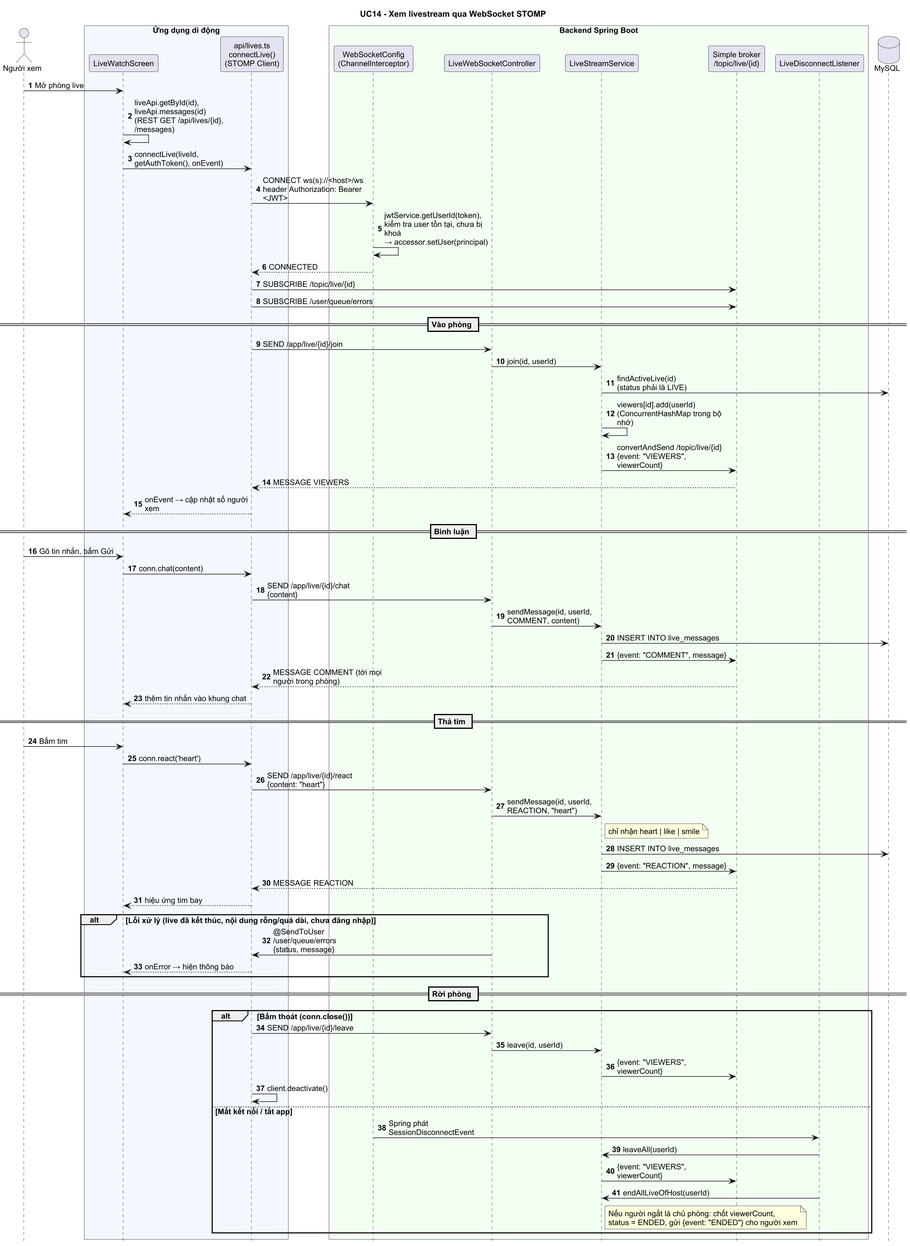
The PlantUML diagram docs/uml/seq_live.png in khanh2925/video-sharing-app, before a commit.
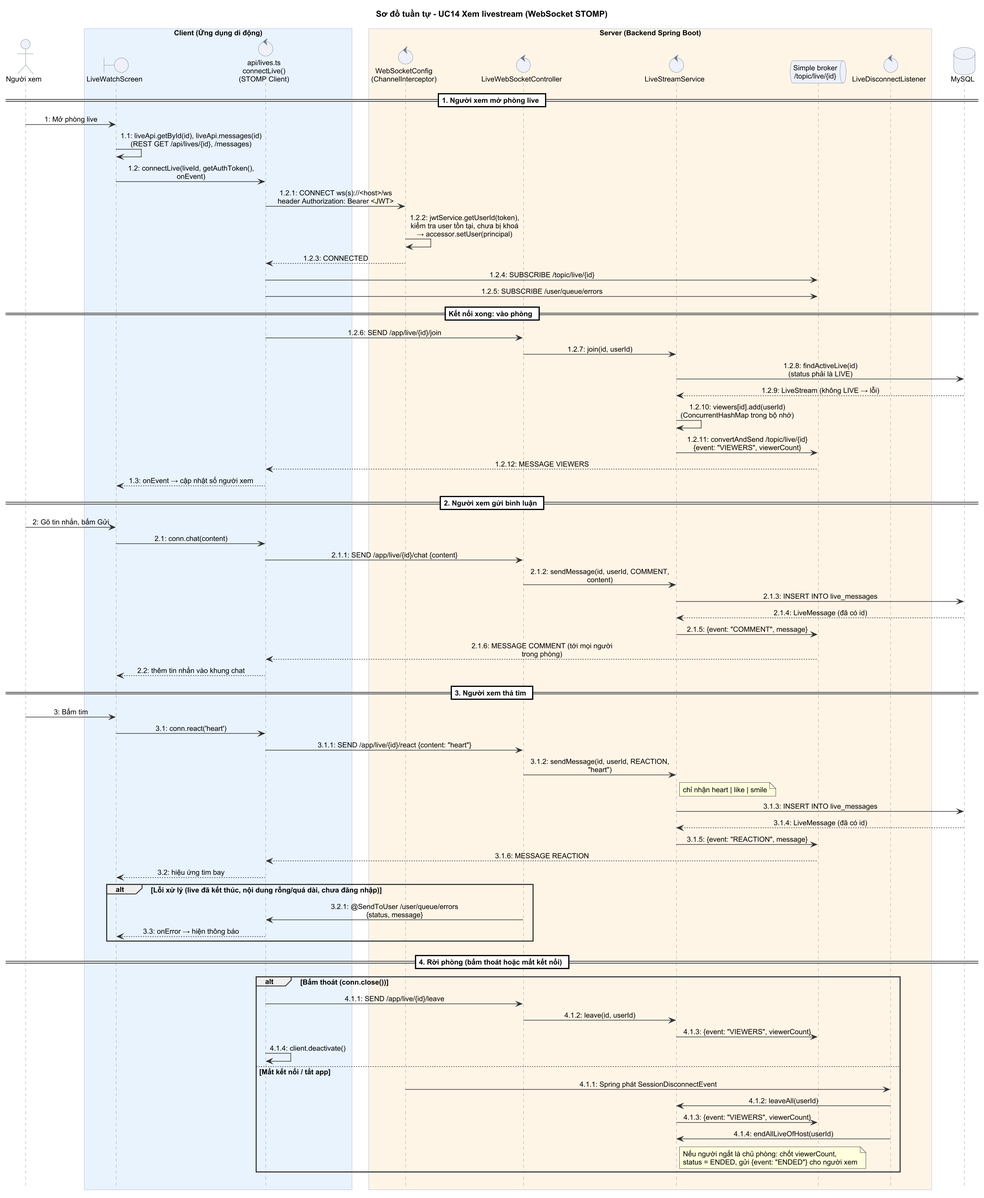
Later version of the same file.

Commit message:
Tài liệu: vẽ lại 5 sơ đồ tuần tự cùng một kiểu

Diff of the diagram source:
```diff
@@ -1,86 +1,111 @@
 @startuml seq_live
 skinparam defaultFontName Arial
-skinparam defaultFontSize 13
+skinparam defaultFontSize 12
 skinparam dpi 150
 skinparam shadowing false
-skinparam sequenceMessageAlign left
-skinparam responseMessageBelowArrow true
-skinparam ParticipantPadding 4
-skinparam BoxPadding 4
-skinparam maxMessageSize 190
+skinparam sequenceMessageAlign center
+skinparam responseMessageBelowArrow false
+skinparam maxMessageSize 260
+skinparam BoxPadding 8
+skinparam ArrowColor #333333
+skinparam sequence {
+  LifeLineBorderColor #8A8A8A
+  ParticipantBackgroundColor #EEF1F8
+  ParticipantBorderColor #6B7A90
+  ActorBackgroundColor #EEF1F8
+  ActorBorderColor #6B7A90
+  BoxBorderColor #9DB4CF
+  DividerBackgroundColor #FFFFFF
+  GroupBorderColor #333333
+}
+skinparam BoundaryBackgroundColor #EEF1F8
+skinparam BoundaryBorderColor #6B7A90
+skinparam ControlBackgroundColor #EEF1F8
+skinparam ControlBorderColor #6B7A90
+skinparam EntityBackgroundColor #EEF1F8
+skinparam EntityBorderColor #6B7A90
+skinparam DatabaseBackgroundColor #EEF1F8
+skinparam DatabaseBorderColor #6B7A90
+skinparam QueueBackgroundColor #EEF1F8
+skinparam QueueBorderColor #6B7A90
+skinparam CollectionsBackgroundColor #EEF1F8
+skinparam CollectionsBorderColor #6B7A90
 hide footbox
-autonumber
-title UC14 - Xem livestream qua WebSocket STOMP
+title Sơ đồ tuần tự - UC14 Xem livestream (WebSocket STOMP)
 
 actor "Người xem" as U
-box "Ứng dụng di động" #F3F8FF
-  participant "LiveWatchScreen" as LW
-  participant "api/lives.ts\nconnectLive()\n(STOMP Client)" as CL
+box "Client (Ứng dụng di động)" #E8F2FC
+  boundary "LiveWatchScreen" as LW
+  control "api/lives.ts\nconnectLive()\n(STOMP Client)" as CL
 end box
-box "Backend Spring Boot" #F4FFF4
-  participant "WebSocketConfig\n(ChannelInterceptor)" as WSC
-  participant "LiveWebSocketController" as CTRL
-  participant "LiveStreamService" as SVC
-  participant "Simple broker\n/topic/live/{id}" as BR
-  participant "LiveDisconnectListener" as DL
+box "Server (Backend Spring Boot)" #FFF5E6
+  control "WebSocketConfig\n(ChannelInterceptor)" as WSC
+  control "LiveWebSocketController" as CTRL
+  control "LiveStreamService" as SVC
+  queue "Simple broker\n/topic/live/{id}" as BR
+  control "LiveDisconnectListener" as DL
 end box
 database "MySQL" as DB
 
-U -> LW : Mở phòng live
-LW -> LW : liveApi.getById(id), liveApi.messages(id)\n(REST GET /api/lives/{id}, /messages)
-LW -> CL : connectLive(liveId, getAuthToken(), onEvent)
-CL -> WSC : CONNECT ws(s)://<host>/ws\nheader Authorization: Bearer <JWT>
-WSC -> WSC : jwtService.getUserId(token),\nkiểm tra user tồn tại, chưa bị khoá\n→ accessor.setUser(principal)
-WSC --> CL : CONNECTED
-CL -> BR : SUBSCRIBE /topic/live/{id}
-CL -> BR : SUBSCRIBE /user/queue/errors
+== 1. Người xem mở phòng live ==
+U -> LW : 1: Mở phòng live
+LW -> LW : 1.1: liveApi.getById(id), liveApi.messages(id)\n(REST GET /api/lives/{id}, /messages)
+LW -> CL : 1.2: connectLive(liveId, getAuthToken(), onEvent)
+CL -> WSC : 1.2.1: CONNECT ws(s)://<host>/ws\nheader Authorization: Bearer <JWT>
+WSC -> WSC : 1.2.2: jwtService.getUserId(token),\nkiểm tra user tồn tại, chưa bị khoá\n→ accessor.setUser(principal)
+WSC --> CL : 1.2.3: CONNECTED
+CL -> BR : 1.2.4: SUBSCRIBE /topic/live/{id}
+CL -> BR : 1.2.5: SUBSCRIBE /user/queue/errors
 
-== Vào phòng ==
-CL -> CTRL : SEND /app/live/{id}/join
-CTRL -> SVC : join(id, userId)
-SVC -> DB : findActiveLive(id)\n(status phải là LIVE)
-SVC -> SVC : viewers[id].add(userId)\n(ConcurrentHashMap trong bộ nhớ)
-SVC -> BR : convertAndSend /topic/live/{id}\n{event: "VIEWERS", viewerCount}
-BR --> CL : MESSAGE VIEWERS
-CL --> LW : onEvent → cập nhật số người xem
+== Kết nối xong: vào phòng ==
+CL -> CTRL : 1.2.6: SEND /app/live/{id}/join
+CTRL -> SVC : 1.2.7: join(id, userId)
+SVC -> DB : 1.2.8: findActiveLive(id)\n(status phải là LIVE)
+DB --> SVC : 1.2.9: LiveStream (không LIVE → lỗi)
+SVC -> SVC : 1.2.10: viewers[id].add(userId)\n(ConcurrentHashMap trong bộ nhớ)
+SVC -> BR : 1.2.11: convertAndSend /topic/live/{id}\n{event: "VIEWERS", viewerCount}
+BR --> CL : 1.2.12: MESSAGE VIEWERS
+CL --> LW : 1.3: onEvent → cập nhật số người xem
 
-== Bình luận ==
-U -> LW : Gõ tin nhắn, bấm Gửi
-LW -> CL : conn.chat(content)
-CL -> CTRL : SEND /app/live/{id}/chat {content}
-CTRL -> SVC : sendMessage(id, userId, COMMENT, content)
-SVC -> DB : INSERT INTO live_messages
-SVC -> BR : {event: "COMMENT", message}
-BR --> CL : MESSAGE COMMENT (tới mọi người trong phòng)
-CL --> LW : thêm tin nhắn vào khung chat
+== 2. Người xem gửi bình luận ==
+U -> LW : 2: Gõ tin nhắn, bấm Gửi
+LW -> CL : 2.1: conn.chat(content)
+CL -> CTRL : 2.1.1: SEND /app/live/{id}/chat {content}
+CTRL -> SVC : 2.1.2: sendMessage(id, userId, COMMENT, content)
+SVC -> DB : 2.1.3: INSERT INTO live_messages
+DB --> SVC : 2.1.4: LiveMessage (đã có id)
+SVC -> BR : 2.1.5: {event: "COMMENT", message}
+BR --> CL : 2.1.6: MESSAGE COMMENT (tới mọi người trong phòng)
+CL --> LW : 2.2: thêm tin nhắn vào khung chat
 
-== Thả tim ==
-U -> LW : Bấm tim
-LW -> CL : conn.react('heart')
-CL -> CTRL : SEND /app/live/{id}/react {content: "heart"}
-CTRL -> SVC : sendMessage(id, userId, REACTION, "heart")
+== 3. Người xem thả tim ==
+U -> LW : 3: Bấm tim
+LW -> CL : 3.1: conn.react('heart')
+CL -> CTRL : 3.1.1: SEND /app/live/{id}/react {content: "heart"}
+CTRL -> SVC : 3.1.2: sendMessage(id, userId, REACTION, "heart")
 note right of SVC : chỉ nhận heart | like | smile
-SVC -> DB : INSERT INTO live_messages
-SVC -> BR : {event: "REACTION", message}
-BR --> CL : MESSAGE REACTION
-CL --> LW : hiệu ứng tim bay
+SVC -> DB : 3.1.3: INSERT INTO live_messages
+DB --> SVC : 3.1.4: LiveMessage (đã có id)
+SVC -> BR : 3.1.5: {event: "REACTION", message}
+BR --> CL : 3.1.6: MESSAGE REACTION
+CL --> LW : 3.2: hiệu ứng tim bay
 
 alt Lỗi xử lý (live đã kết thúc, nội dung rỗng/quá dài, chưa đăng nhập)
-  CTRL -> CL : @SendToUser /user/queue/errors\n{status, message}
-  CL --> LW : onError → hiện thông báo
+  CTRL -> CL : 3.2.1: @SendToUser /user/queue/errors\n{status, message}
+  CL --> LW : 3.3: onError → hiện thông báo
 end
 
-== Rời phòng ==
+== 4. Rời phòng (bấm thoát hoặc mất kết nối) ==
 alt Bấm thoát (conn.close())
-  CL -> CTRL : SEND /app/live/{id}/leave
-  CTRL -> SVC : leave(id, userId)
-  SVC -> BR : {event: "VIEWERS", viewerCount}
-  CL -> CL : client.deactivate()
+  CL -> CTRL : 4.1.1: SEND /app/live/{id}/leave
+  CTRL -> SVC : 4.1.2: leave(id, userId)
+  SVC -> BR : 4.1.3: {event: "VIEWERS", viewerCount}
+  CL -> CL : 4.1.4: client.deactivate()
 else Mất kết nối / tắt app
-  WSC -> DL : Spring phát SessionDisconnectEvent
-  DL -> SVC : leaveAll(userId)
-  SVC -> BR : {event: "VIEWERS", viewerCount}
-  DL -> SVC : endAllLiveOfHost(userId)
+  WSC -> DL : 4.1.1: Spring phát SessionDisconnectEvent
+  DL -> SVC : 4.1.2: leaveAll(userId)
+  SVC -> BR : 4.1.3: {event: "VIEWERS", viewerCount}
+  DL -> SVC : 4.1.4: endAllLiveOfHost(userId)
   note right of SVC
     Nếu người ngắt là chủ phòng: chốt viewerCount,
     status = ENDED, gửi {event: "ENDED"} cho người xem
```
